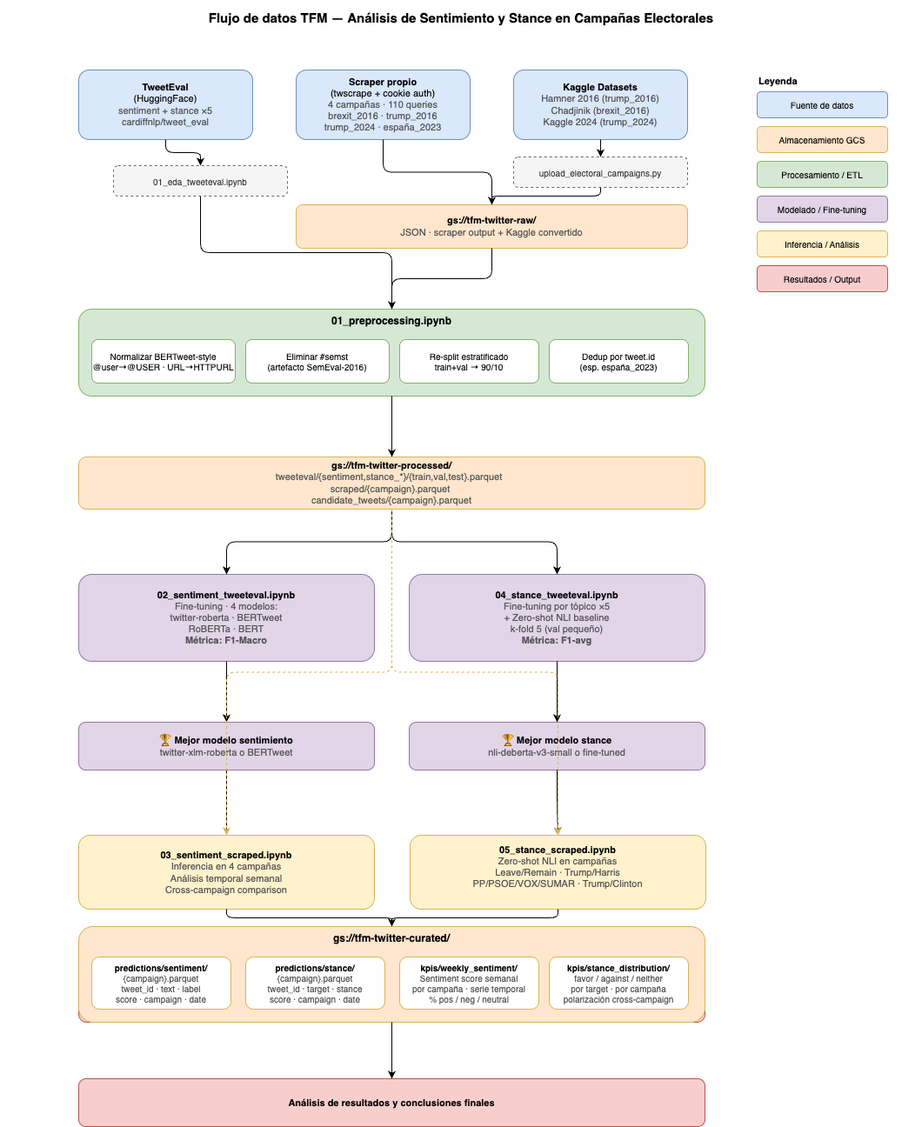
Earlier version of the draw.io export notebooks/figures/pipeline.png (jimenami/TFM). Source tidied: cells renumbered, new cells last; positions are measured from the earlier drawing's top-left corner, leaving out a move shared by most shapes.
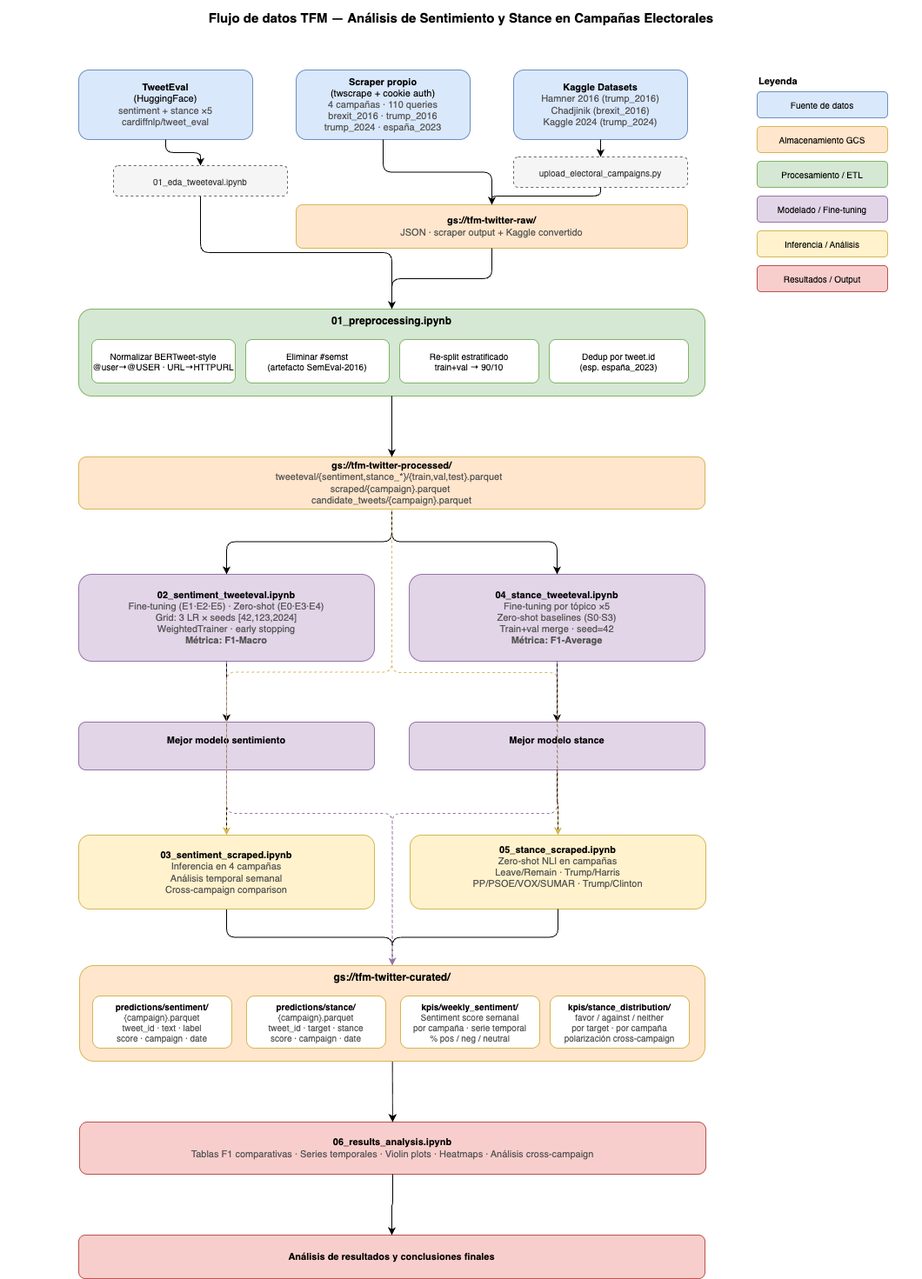
Later version of the same file.

Commit message:
cuadernos 2 y 4 sentiment y stance

Diff of the diagram source:
```diff
@@ -38,29 +38,32 @@
     <mxCell id="13" value="&lt;b&gt;gs://tfm-twitter-processed/&lt;/b&gt;&lt;br&gt;&lt;font color=&quot;#555555&quot;&gt;tweeteval/{sentiment,stance_*}/{train,val,test}.parquet&amp;nbsp;&amp;nbsp;&lt;/font&gt;&lt;div&gt;&lt;font color=&quot;#555555&quot;&gt;scraped/{campaign}.parquet&amp;nbsp;&lt;/font&gt;&lt;/div&gt;&lt;div&gt;&lt;font color=&quot;#555555&quot;&gt;candidate_tweets/{campaign}.parquet&lt;/font&gt;&lt;/div&gt;" style="rounded=1;whiteSpace=wrap;html=1;fillColor=#ffe6cc;strokeColor=#d6b656;fontSize=11;" parent="1" vertex="1">
       <mxGeometry x="90" y="525" width="720" height="60" as="geometry" />
     </mxCell>
-    <mxCell id="14" value="&lt;b&gt;02_sentiment_tweeteval.ipynb&lt;/b&gt;&lt;br&gt;&lt;font color='#555555'&gt;Fine-tuning · 4 modelos:&lt;br&gt;twitter-roberta · BERTweet&lt;br&gt;RoBERTa · BERT&lt;br&gt;&lt;b&gt;Métrica: F1-Macro&lt;/b&gt;&lt;/font&gt;" style="rounded=1;whiteSpace=wrap;html=1;fillColor=#e1d5e7;strokeColor=#9673a6;fontSize=11;" parent="1" vertex="1">
+    <mxCell id="14" value="&lt;b&gt;02_sentiment_tweeteval.ipynb&lt;/b&gt;&lt;br&gt;&lt;font color='#555555'&gt;Fine-tuning (E1·E2·E5) · Zero-shot (E0·E3·E4)&lt;br&gt;Grid: 3 LR × seeds [42,123,2024]&lt;br&gt;WeightedTrainer · early stopping&lt;br&gt;&lt;b&gt;Métrica: F1-Macro&lt;/b&gt;&lt;/font&gt;" style="rounded=1;whiteSpace=wrap;html=1;fillColor=#e1d5e7;strokeColor=#9673a6;fontSize=11;" parent="1" vertex="1">
       <mxGeometry x="90" y="660" width="340" height="100" as="geometry" />
     </mxCell>
-    <mxCell id="15" value="&lt;b&gt;04_stance_tweeteval.ipynb&lt;/b&gt;&lt;br&gt;&lt;font color='#555555'&gt;Fine-tuning por tópico ×5&lt;br&gt;+ Zero-shot NLI baseline&lt;br&gt;k-fold 5 (val pequeño)&lt;br&gt;&lt;b&gt;Métrica: F1-avg&lt;/b&gt;&lt;/font&gt;" style="rounded=1;whiteSpace=wrap;html=1;fillColor=#e1d5e7;strokeColor=#9673a6;fontSize=11;" parent="1" vertex="1">
+    <mxCell id="15" value="&lt;b&gt;04_stance_tweeteval.ipynb&lt;/b&gt;&lt;br&gt;&lt;font color='#555555'&gt;Fine-tuning por tópico ×5&lt;br&gt;Zero-shot baselines (S0·S3)&lt;br&gt;Train+val merge · seed=42&lt;br&gt;&lt;b&gt;Métrica: F1-Average&lt;/b&gt;&lt;/font&gt;" style="rounded=1;whiteSpace=wrap;html=1;fillColor=#e1d5e7;strokeColor=#9673a6;fontSize=11;" parent="1" vertex="1">
       <mxGeometry x="470" y="660" width="340" height="100" as="geometry" />
     </mxCell>
-    <mxCell id="16" value="🏆 &lt;b&gt;Mejor modelo sentimiento&lt;/b&gt;&lt;br&gt;&lt;font color='#555555'&gt;twitter-xlm-roberta o BERTweet&lt;/font&gt;" style="rounded=1;whiteSpace=wrap;html=1;fillColor=#e1d5e7;strokeColor=#9673a6;fontSize=11;" parent="1" vertex="1">
+    <mxCell id="16" value="&lt;b&gt;Mejor modelo sentimiento&lt;/b&gt;&lt;div&gt;&lt;br/&gt;&lt;/div&gt;" style="rounded=1;whiteSpace=wrap;html=1;fillColor=#e1d5e7;strokeColor=#9673a6;fontSize=11;" parent="1" vertex="1">
       <mxGeometry x="90" y="830" width="340" height="55" as="geometry" />
     </mxCell>
-    <mxCell id="17" value="🏆 &lt;b&gt;Mejor modelo stance&lt;/b&gt;&lt;br&gt;&lt;font color='#555555'&gt;nli-deberta-v3-small o fine-tuned&lt;/font&gt;" style="rounded=1;whiteSpace=wrap;html=1;fillColor=#e1d5e7;strokeColor=#9673a6;fontSize=11;" parent="1" vertex="1">
+    <mxCell id="17" value="&lt;b&gt;Mejor modelo stance&lt;/b&gt;&lt;div&gt;&lt;br/&gt;&lt;/div&gt;" style="rounded=1;whiteSpace=wrap;html=1;fillColor=#e1d5e7;strokeColor=#9673a6;fontSize=11;" parent="1" vertex="1">
       <mxGeometry x="470" y="830" width="340" height="55" as="geometry" />
     </mxCell>
+    <mxCell id="48" style="edgeStyle=orthogonalEdgeStyle;" parent="1" edge="1" source="18" target="43">
+      <mxGeometry relative="1" as="geometry" />
+    </mxCell>
     <mxCell id="18" value="&lt;b&gt;03_sentiment_scraped.ipynb&lt;/b&gt;&lt;br&gt;&lt;font color='#555555'&gt;Inferencia en 4 campañas&lt;br&gt;Análisis temporal semanal&lt;br&gt;Cross-campaign comparison&lt;/font&gt;" style="rounded=1;whiteSpace=wrap;html=1;fillColor=#fff2cc;strokeColor=#d6b656;fontSize=11;" parent="1" vertex="1">
       <mxGeometry x="90" y="960" width="340" height="85" as="geometry" />
     </mxCell>
     <mxCell id="19" value="&lt;b&gt;05_stance_scraped.ipynb&lt;/b&gt;&lt;br&gt;&lt;font color=&quot;#555555&quot;&gt;Zero-shot NLI en campañas&lt;br&gt;Leave/Remain · Trump/Harris&lt;br&gt;PP/PSOE/VOX/SUMAR · Trump/Clinton&lt;br&gt;&lt;br&gt;&lt;/font&gt;" style="rounded=1;whiteSpace=wrap;html=1;fillColor=#fff2cc;strokeColor=#d6b656;fontSize=11;" parent="1" vertex="1">
       <mxGeometry x="471" y="960" width="340" height="85" as="geometry" />
     </mxCell>
-    <mxCell id="20" value="&lt;b&gt;07_results_analysis.ipynb&lt;/b&gt;&lt;br&gt;&lt;font color='#555555'&gt;Tablas F1 comparativas · Series temporales · Violin plots · Heatmaps · Análisis cross-campaign&lt;/font&gt;" style="rounded=1;whiteSpace=wrap;html=1;fillColor=#f8cecc;strokeColor=#b85450;fontSize=11;" parent="1" vertex="1">
-      <mxGeometry x="90" y="1115" width="720" height="60" as="geometry" />
+    <mxCell id="20" value="&lt;b&gt;06_results_analysis.ipynb&lt;/b&gt;&lt;br&gt;&lt;font color='#555555'&gt;Tablas F1 comparativas · Series temporales · Violin plots · Heatmaps · Análisis cross-campaign&lt;/font&gt;" style="rounded=1;whiteSpace=wrap;html=1;fillColor=#f8cecc;strokeColor=#b85450;fontSize=11;" parent="1" vertex="1">
+      <mxGeometry x="91" y="1290" width="720" height="60" as="geometry" />
     </mxCell>
     <mxCell id="21" value="&lt;b&gt;Análisis de resultados y conclusiones finales&lt;/b&gt;" style="rounded=1;whiteSpace=wrap;html=1;fontSize=11;fillColor=#f8cecc;strokeColor=#b85450;" parent="1" vertex="1">
-      <mxGeometry x="90" y="1240" width="720" height="55" as="geometry" />
+      <mxGeometry x="90" y="1420" width="720" height="50" as="geometry" />
     </mxCell>
     <mxCell id="22" value="&lt;b&gt;Leyenda&lt;/b&gt;" style="text;html=1;strokeColor=none;fillColor=none;fontSize=11;fontStyle=1;" parent="1" vertex="1">
       <mxGeometry x="870" y="80" width="80" height="20" as="geometry" />
@@ -123,46 +126,48 @@
       <mxGeometry relative="1" as="geometry" />
     </mxCell>
     <mxCell id="42" style="edgeStyle=orthogonalEdgeStyle;dashed=1;strokeColor=#d6b656;" parent="1" edge="1" source="13" target="19">
-      <mxGeometry relative="1" as="geometry" />
+      <mxGeometry relative="1" as="geometry">
+        <Array as="points">
+          <mxPoint x="450" y="773" />
+          <mxPoint x="641" y="773" />
+        </Array>
+      </mxGeometry>
     </mxCell>
+    <mxCell id="54" style="edgeStyle=none;html=1;" parent="1" edge="1" source="43" target="20">
+      <mxGeometry relative="1" as="geometry" />
+    </mxCell>
     <mxCell id="43" value="&lt;b&gt;gs://tfm-twitter-curated/&lt;/b&gt;" style="rounded=1;whiteSpace=wrap;html=1;fillColor=#ffe6cc;strokeColor=#d6b656;fontSize=12;fontStyle=1;verticalAlign=top;" parent="1" vertex="1">
-      <mxGeometry x="90" y="1065" width="720" height="110" as="geometry" />
+      <mxGeometry x="91" y="1110" width="719" height="110" as="geometry" />
     </mxCell>
     <mxCell id="44" value="&lt;b&gt;predictions/sentiment/&lt;/b&gt;&lt;br&gt;&lt;font color='#555555'&gt;{campaign}.parquet&lt;br&gt;tweet_id · text · label&lt;br&gt;score · campaign · date&lt;/font&gt;" style="rounded=1;whiteSpace=wrap;html=1;fillColor=#ffffff;strokeColor=#d6b656;fontSize=10;" parent="1" vertex="1">
-      <mxGeometry x="105" y="1100" width="160" height="60" as="geometry" />
+      <mxGeometry x="106" y="1145" width="160" height="60" as="geometry" />
     </mxCell>
     <mxCell id="45" value="&lt;b&gt;predictions/stance/&lt;/b&gt;&lt;br&gt;&lt;font color='#555555'&gt;{campaign}.parquet&lt;br&gt;tweet_id · target · stance&lt;br&gt;score · campaign · date&lt;/font&gt;" style="rounded=1;whiteSpace=wrap;html=1;fillColor=#ffffff;strokeColor=#d6b656;fontSize=10;" parent="1" vertex="1">
-      <mxGeometry x="282" y="1100" width="160" height="60" as="geometry" />
+      <mxGeometry x="283" y="1145" width="160" height="60" as="geometry" />
     </mxCell>
     <mxCell id="46" value="&lt;b&gt;kpis/weekly_sentiment/&lt;/b&gt;&lt;br&gt;&lt;font color='#555555'&gt;Sentiment score semanal&lt;br&gt;por campaña · serie temporal&lt;br&gt;% pos / neg / neutral&lt;/font&gt;" style="rounded=1;whiteSpace=wrap;html=1;fillColor=#ffffff;strokeColor=#d6b656;fontSize=10;" parent="1" vertex="1">
-      <mxGeometry x="459" y="1100" width="160" height="60" as="geometry" />
+      <mxGeometry x="460" y="1145" width="160" height="60" as="geometry" />
     </mxCell>
     <mxCell id="47" value="&lt;b&gt;kpis/stance_distribution/&lt;/b&gt;&lt;br&gt;&lt;font color='#555555'&gt;favor / against / neither&lt;br&gt;por target · por campaña&lt;br&gt;polarización cross-campaign&lt;/font&gt;" style="rounded=1;whiteSpace=wrap;html=1;fillColor=#ffffff;strokeColor=#d6b656;fontSize=10;" parent="1" vertex="1">
-      <mxGeometry x="631" y="1100" width="160" height="60" as="geometry" />
+      <mxGeometry x="632" y="1145" width="160" height="60" as="geometry" />
     </mxCell>
-    <mxCell id="48" style="edgeStyle=orthogonalEdgeStyle;" parent="1" edge="1" source="18" target="43">
-      <mxGeometry relative="1" as="geometry" />
-    </mxCell>
     <mxCell id="49" style="edgeStyle=orthogonalEdgeStyle;" parent="1" edge="1" source="19" target="43">
       <mxGeometry relative="1" as="geometry" />
     </mxCell>
-    <mxCell id="50" style="edgeStyle=orthogonalEdgeStyle;strokeColor=#b85450;" parent="1" edge="1" target="43">
-      <mxGeometry relative="1" as="geometry" />
-    </mxCell>
-    <mxCell id="51" style="edgeStyle=orthogonalEdgeStyle;" parent="1" edge="1" source="43">
-      <mxGeometry relative="1" as="geometry">
-        <mxPoint x="450" y="1240" as="targetPoint" />
-        <Array as="points">
-          <mxPoint x="450" y="1230" />
-          <mxPoint x="450" y="1230" />
-        </Array>
-      </mxGeometry>
-    </mxCell>
     <mxCell id="52" style="edgeStyle=orthogonalEdgeStyle;" parent="1" edge="1" source="3" target="53">
       <mxGeometry relative="1" as="geometry" />
     </mxCell>
     <mxCell id="53" value="01_eda_tweeteval.ipynb" style="rounded=1;whiteSpace=wrap;html=1;fillColor=#f5f5f5;strokeColor=#666666;fontColor=#333333;fontSize=10;dashed=1;" parent="1" vertex="1">
       <mxGeometry x="130" y="190" width="200" height="35" as="geometry" />
     </mxCell>
+    <mxCell id="55" style="edgeStyle=orthogonalEdgeStyle;dashed=1;strokeColor=#9673a6;fontSize=9;" parent="1" edge="1" source="14" target="43">
+      <mxGeometry relative="1" as="geometry" />
+    </mxCell>
+    <mxCell id="56" style="edgeStyle=orthogonalEdgeStyle;dashed=1;strokeColor=#9673a6;fontSize=9;" parent="1" edge="1" source="15" target="43">
+      <mxGeometry relative="1" as="geometry" />
+    </mxCell>
+    <mxCell id="57" style="edgeStyle=orthogonalEdgeStyle;" parent="1" edge="1" source="20" target="21">
+      <mxGeometry relative="1" as="geometry" />
+    </mxCell>
   </root>
 </mxGraphModel>
```
